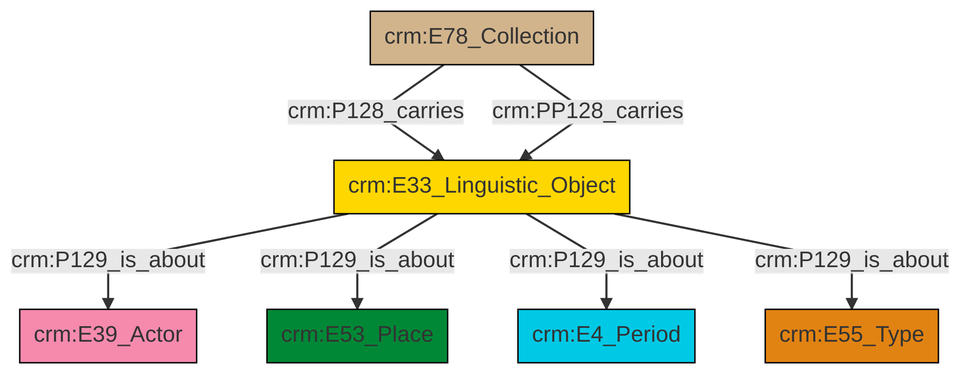
Earlier version of the Mermaid export et/archivalCSV/ttl/mmd/png/archival_aboutness.png (swiss-art-research-net/docs.swissartresearch). Its source is kept beside it as et/archivalCSV/ttl/mmd/archival_aboutness.ttl.mmd.
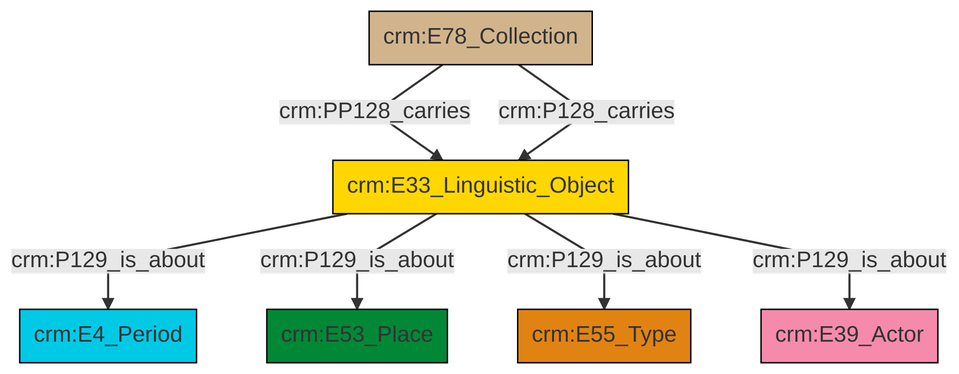
Above is the later version.

The edit, as a diff of the source:
```diff
@@ -13,9 +13,9 @@
 classDef PC_Classes fill:#4ce600, stroke:#000000;
 classDef Multi fill:#cccccc,stroke:#000000;
 
+0["crm:E78_Collection"]:::Physical_Thing -->|crm:PP128_carries| 1["crm:E33_Linguistic_Object"]:::Conceptual_Object
+1["crm:E33_Linguistic_Object"]:::Conceptual_Object -->|crm:P129_is_about| 3["crm:E4_Period"]:::Temporal_Entity
+1["crm:E33_Linguistic_Object"]:::Conceptual_Object -->|crm:P129_is_about| 4["crm:E53_Place"]:::Place
 0["crm:E78_Collection"]:::Physical_Thing -->|crm:P128_carries| 1["crm:E33_Linguistic_Object"]:::Conceptual_Object
+1["crm:E33_Linguistic_Object"]:::Conceptual_Object -->|crm:P129_is_about| 8["crm:E55_Type"]:::Type
 1["crm:E33_Linguistic_Object"]:::Conceptual_Object -->|crm:P129_is_about| 5["crm:E39_Actor"]:::Actor
-1["crm:E33_Linguistic_Object"]:::Conceptual_Object -->|crm:P129_is_about| 6["crm:E53_Place"]:::Place
-1["crm:E33_Linguistic_Object"]:::Conceptual_Object -->|crm:P129_is_about| 2["crm:E4_Period"]:::Temporal_Entity
-0["crm:E78_Collection"]:::Physical_Thing -->|crm:PP128_carries| 1["crm:E33_Linguistic_Object"]:::Conceptual_Object
-1["crm:E33_Linguistic_Object"]:::Conceptual_Object -->|crm:P129_is_about| 9["crm:E55_Type"]:::Type
```
